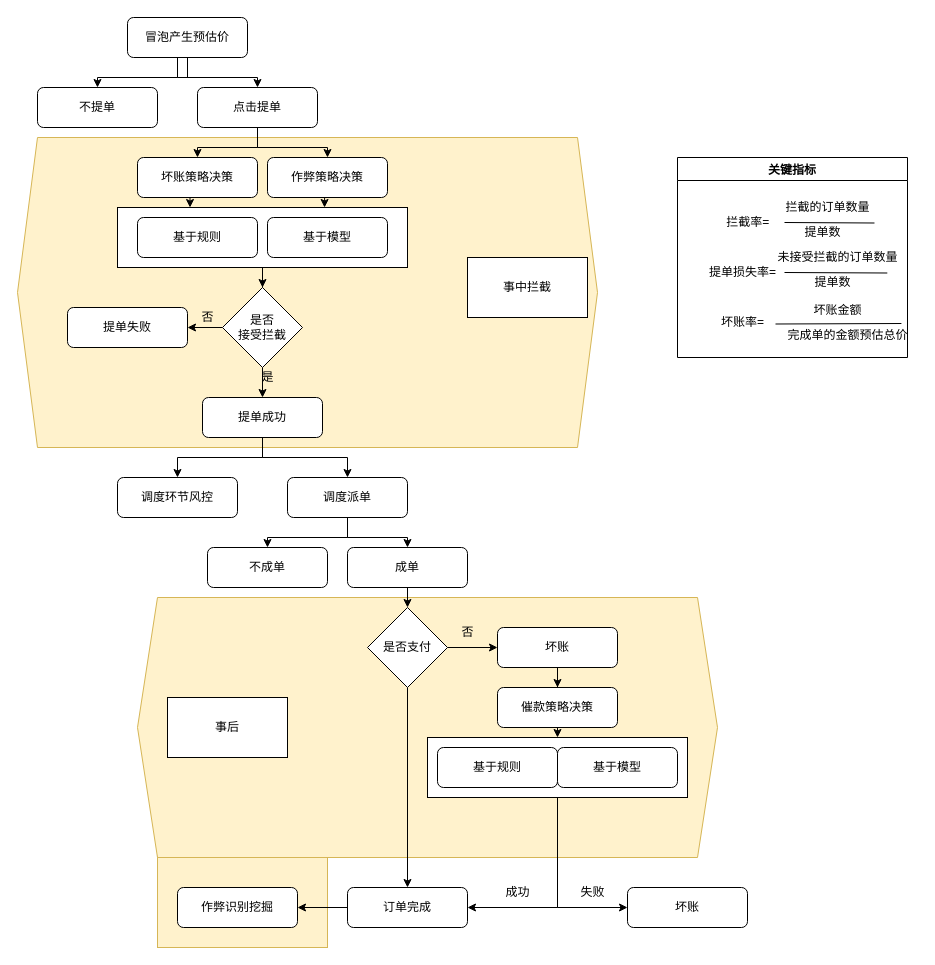
Earlier version of the draw.io diagram graph.drawio (dunkle/python_Learn). Source tidied: cells renumbered, new cells numbered last; positions are measured from the earlier drawing's top-left corner, leaving out a move shared by most shapes. Both pictures are drawn from the tidied source at 100%, with x=0, y=0 at pixel (17, 17).
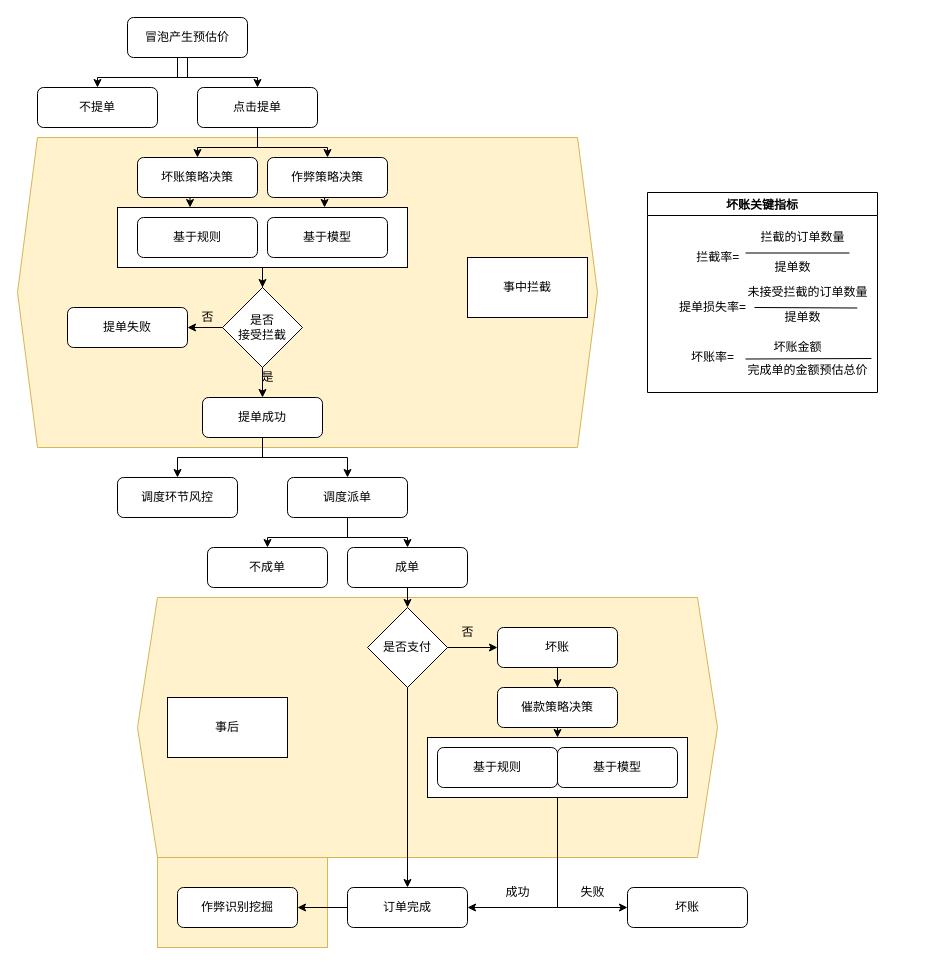
The same page after the edit.

Diff of the diagram source:
```diff
@@
-    <mxCell id="57" value="关键指标" style="swimlane;startSize=23;" parent="1" vertex="1">
-      <mxGeometry x="660" y="140" width="230" height="200" as="geometry" />
+    <mxCell id="57" value="坏账关键指标" style="swimlane;startSize=23;" parent="1" vertex="1">
+      <mxGeometry x="630" y="175" width="230" height="200" as="geometry" />
     </mxCell>
@@
     <mxCell id="65" value="完成单的金额预估总价" style="text;html=1;align=center;verticalAlign=middle;strokeColor=none;fillColor=none;" parent="57" vertex="1">
-      <mxGeometry x="100" y="162.5" width="140" height="30" as="geometry" />
+      <mxGeometry x="90" y="162.5" width="140" height="30" as="geometry" />
     </mxCell>
     <mxCell id="66" value="坏账金额" style="text;html=1;align=center;verticalAlign=middle;strokeColor=none;fillColor=none;" parent="57" vertex="1">
-      <mxGeometry x="125" y="137.5" width="70" height="30" as="geometry" />
+      <mxGeometry x="115" y="140" width="70" height="30" as="geometry" />
     </mxCell>
@@
-    <mxCell id="68" value="拦截的订单数量" style="text;html=1;align=center;verticalAlign=middle;points=[];strokeColor=none;fillColor=none;" parent="1" vertex="1">
-      <mxGeometry x="755" y="175" width="110" height="30" as="geometry" />
+    <mxCell id="68" value="拦截的订单数量" style="text;html=1;align=center;verticalAlign=middle;points=[];strokeColor=none;fillColor=none;" parent="57" vertex="1">
+      <mxGeometry x="100" y="30" width="110" height="30" as="geometry" />
     </mxCell>
-    <mxCell id="69" style="endArrow=none;html=1;rounded=0;entryX=0.927;entryY=1.017;entryDx=0;entryDy=0;entryPerimeter=0;" parent="1" edge="1" target="68">
-      <mxGeometry relative="1" as="geometry">
-        <mxPoint x="767" y="205" as="sourcePoint" />
-      </mxGeometry>
+    <mxCell id="69" style="endArrow=none;html=1;rounded=0;entryX=0.927;entryY=1.017;entryDx=0;entryDy=0;entryPerimeter=0;exitX=-0.018;exitY=1.017;exitDx=0;exitDy=0;exitPerimeter=0;" parent="57" edge="1" source="68" target="68">
+      <mxGeometry relative="1" as="geometry" />
     </mxCell>
```
